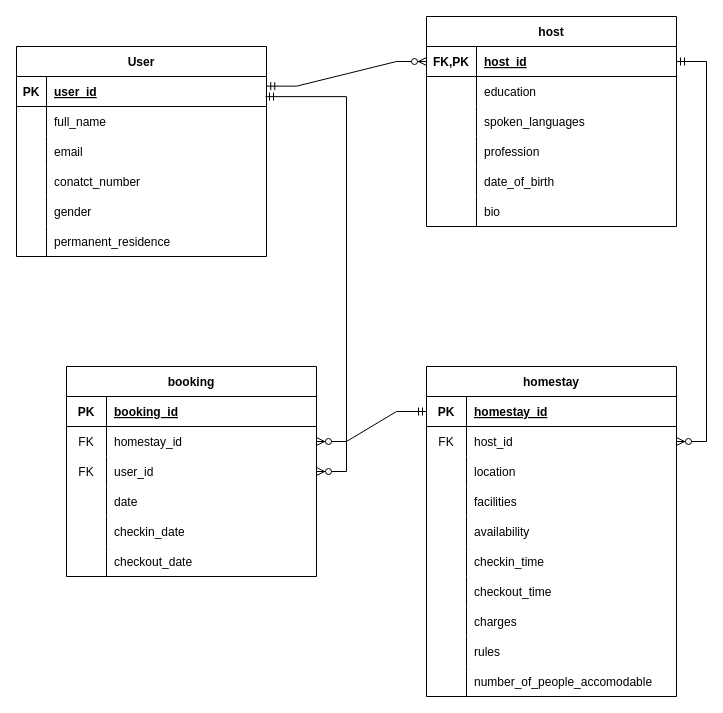
Above: database/ERD.drawio in tenze21/homestay-booking-app- (draw.io), before the change. Source tidied: cells renumbered, new cells numbered last; positions are measured from the earlier drawing's top-left corner, leaving out a move shared by most shapes. Both pictures are drawn from the tidied source at 100%, with x=0, y=0 at pixel (16, 16).
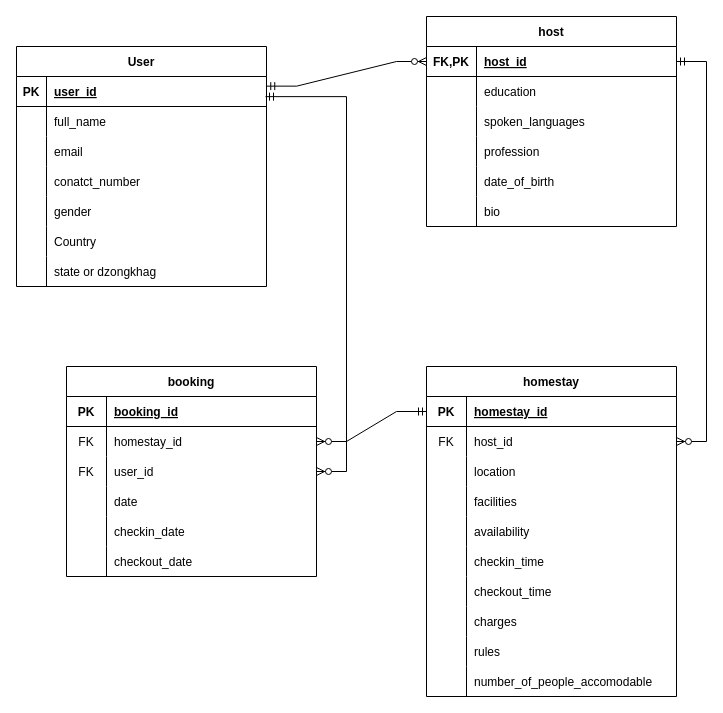
After the change.

The change refers to these unchanged cells:
```xml
<mxCell id="18" style="shape=partialRectangle;fillColor=none;top=0;left=0;right=0;bottom=0;" parent="2" vertex="1">
  <mxGeometry y="180" width="250" height="30" as="geometry" />
</mxCell>
```

The edit, as a diff of the source:
```diff
@@
     <mxCell id="2" value="User" style="shape=table;startSize=30;childLayout=tableLayout;rowLines=0;fontStyle=1;align=center;" parent="1" vertex="1">
-      <mxGeometry y="30" width="250" height="210" as="geometry" />
+      <mxGeometry y="30" width="250" height="240" as="geometry" />
     </mxCell>
@@
-    <mxCell id="20" value="permanent_residence" style="shape=partialRectangle;overflow=hidden;fillColor=none;top=0;left=0;bottom=0;right=0;align=left;spacingLeft=6;" parent="18" vertex="1">
+    <mxCell id="20" value="Country" style="shape=partialRectangle;overflow=hidden;fillColor=none;top=0;left=0;bottom=0;right=0;align=left;spacingLeft=6;" parent="18" vertex="1">
       <mxGeometry x="30" width="220" height="30" as="geometry" />
     </mxCell>
+    <mxCell id="94" style="shape=partialRectangle;fillColor=none;top=0;left=0;right=0;bottom=0;" parent="2" vertex="1">
+      <mxGeometry y="210" width="250" height="30" as="geometry" />
+    </mxCell>
+    <mxCell id="95" style="shape=partialRectangle;overflow=hidden;fillColor=none;top=0;left=0;bottom=0;right=0;" parent="94" vertex="1">
+      <mxGeometry width="30" height="30" as="geometry" />
+    </mxCell>
+    <mxCell id="96" value="state or dzongkhag" style="shape=partialRectangle;overflow=hidden;fillColor=none;top=0;left=0;bottom=0;right=0;align=left;spacingLeft=6;" parent="94" vertex="1">
+      <mxGeometry x="30" width="220" height="30" as="geometry" />
+    </mxCell>
```
